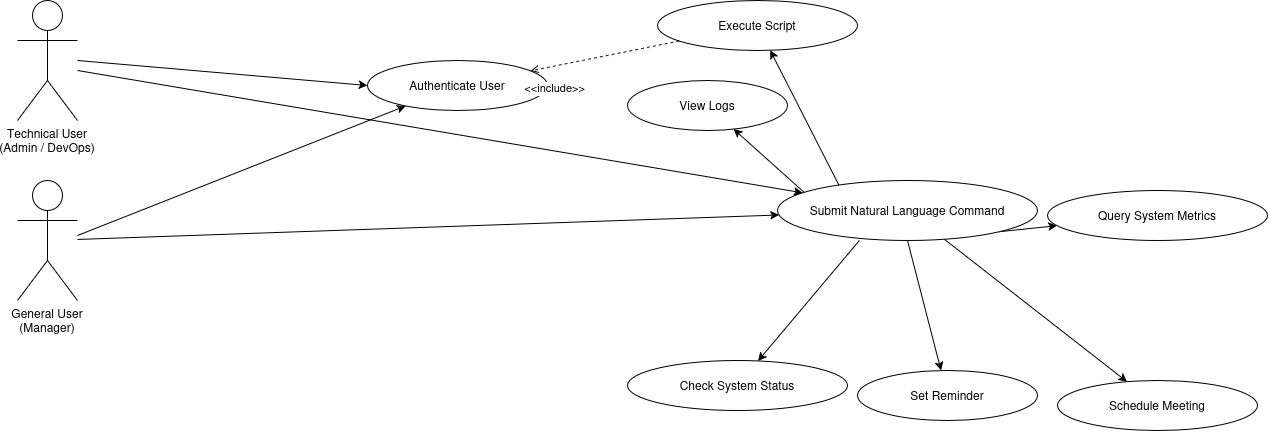
Above: 2_UML/uml_diagram.png in iampruh887/CS331 (draw.io), before the change. Source tidied: cells renumbered, new cells last; positions are measured from the earlier drawing's top-left corner, leaving out a move shared by most shapes. Source of this version:
```xml
<mxGraphModel>
  <root>
    <mxCell id="0" />
    <mxCell id="1" parent="0" />
    <mxCell id="2" value="Technical User&#10;(Admin / DevOps)" style="shape=umlActor;verticalLabelPosition=bottom;verticalAlign=top;" parent="1" vertex="1">
      <mxGeometry width="60" height="120" as="geometry" />
    </mxCell>
    <mxCell id="3" value="General User&#10;(Manager)" style="shape=umlActor;verticalLabelPosition=bottom;verticalAlign=top;" parent="1" vertex="1">
      <mxGeometry y="180" width="60" height="120" as="geometry" />
    </mxCell>
    <mxCell id="4" parent="1" edge="1" source="3" target="15">
      <mxGeometry relative="1" as="geometry" />
    </mxCell>
    <mxCell id="5" parent="1" edge="1" target="14">
      <mxGeometry relative="1" as="geometry">
        <mxPoint x="60" y="235" as="sourcePoint" />
      </mxGeometry>
    </mxCell>
    <mxCell id="6" parent="1" edge="1" target="15">
      <mxGeometry relative="1" as="geometry">
        <mxPoint x="60" y="70" as="sourcePoint" />
      </mxGeometry>
    </mxCell>
    <mxCell id="7" style="entryX=0;entryY=0.5;entryDx=0;entryDy=0;" parent="1" edge="1" target="14">
      <mxGeometry relative="1" as="geometry">
        <mxPoint x="60" y="60" as="sourcePoint" />
      </mxGeometry>
    </mxCell>
    <mxCell id="8" style="exitX=0.335;exitY=0.917;exitDx=0;exitDy=0;exitPerimeter=0;" parent="1" edge="1" source="15" target="16">
      <mxGeometry relative="1" as="geometry" />
    </mxCell>
    <mxCell id="9" style="exitX=1;exitY=1;exitDx=0;exitDy=0;" parent="1" edge="1" source="15" target="17">
      <mxGeometry relative="1" as="geometry" />
    </mxCell>
    <mxCell id="10" style="exitX=0.296;exitY=0.95;exitDx=0;exitDy=0;exitPerimeter=0;" parent="1" edge="1" source="15" target="18">
      <mxGeometry relative="1" as="geometry" />
    </mxCell>
    <mxCell id="11" style="exitX=0.315;exitY=1;exitDx=0;exitDy=0;exitPerimeter=0;" parent="1" edge="1" source="15" target="19">
      <mxGeometry relative="1" as="geometry" />
    </mxCell>
    <mxCell id="12" parent="1" edge="1" source="15" target="20">
      <mxGeometry relative="1" as="geometry" />
    </mxCell>
    <mxCell id="13" style="exitX=0.5;exitY=1;exitDx=0;exitDy=0;" parent="1" edge="1" source="15" target="21">
      <mxGeometry relative="1" as="geometry" />
    </mxCell>
    <mxCell id="14" value="Authenticate User" style="ellipse;whiteSpace=wrap;html=1;" parent="1" vertex="1">
      <mxGeometry x="350" y="60" width="180" height="50" as="geometry" />
    </mxCell>
    <mxCell id="15" value="Submit Natural Language Command" style="ellipse;whiteSpace=wrap;html=1;" parent="1" vertex="1">
      <mxGeometry x="760" y="180" width="260" height="60" as="geometry" />
    </mxCell>
    <mxCell id="16" value="Execute Script" style="ellipse;whiteSpace=wrap;html=1;" parent="1" vertex="1">
      <mxGeometry x="640" width="200" height="50" as="geometry" />
    </mxCell>
    <mxCell id="17" value="Query System Metrics" style="ellipse;whiteSpace=wrap;html=1;" parent="1" vertex="1">
      <mxGeometry x="1030" y="190" width="220" height="50" as="geometry" />
    </mxCell>
    <mxCell id="18" value="View Logs" style="ellipse;whiteSpace=wrap;html=1;" parent="1" vertex="1">
      <mxGeometry x="610" y="80" width="160" height="50" as="geometry" />
    </mxCell>
    <mxCell id="19" value="Check System Status" style="ellipse;whiteSpace=wrap;html=1;" parent="1" vertex="1">
      <mxGeometry x="610" y="360" width="220" height="50" as="geometry" />
    </mxCell>
    <mxCell id="20" value="Schedule Meeting" style="ellipse;whiteSpace=wrap;html=1;" parent="1" vertex="1">
      <mxGeometry x="1040" y="380" width="200" height="50" as="geometry" />
    </mxCell>
    <mxCell id="21" value="Set Reminder" style="ellipse;whiteSpace=wrap;html=1;" parent="1" vertex="1">
      <mxGeometry x="840" y="370" width="180" height="50" as="geometry" />
    </mxCell>
    <mxCell id="22" value="&lt;&lt;include&gt;&gt;" style="dashed=1;endArrow=open;" parent="1" edge="1" source="16" target="14">
      <mxGeometry x="0.71" y="22" relative="1" as="geometry">
        <mxPoint x="-1" as="offset" />
      </mxGeometry>
    </mxCell>
  </root>
</mxGraphModel>
```
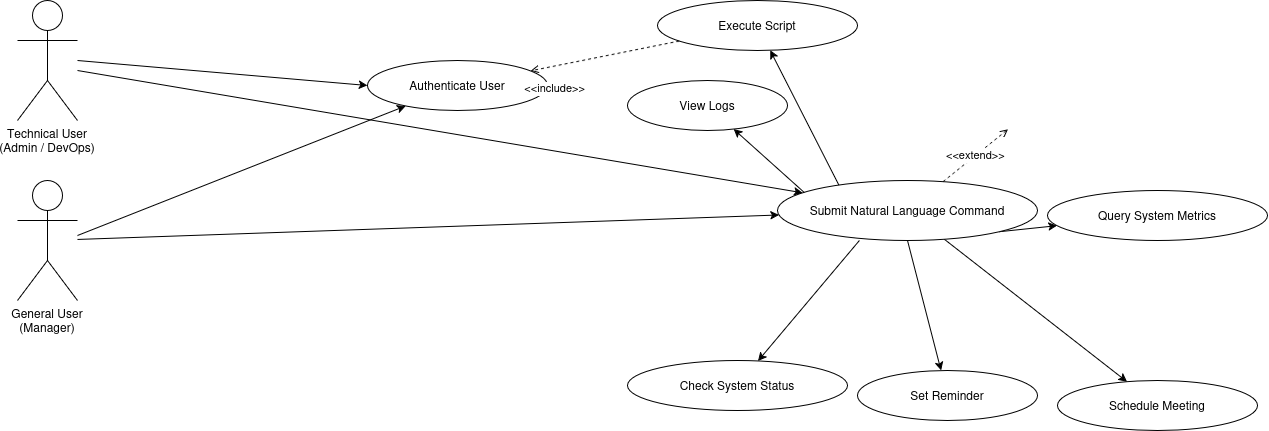
The same file after the commit.

The edit, as a diff of the source:
```diff
@@ -73,5 +73,10 @@
         <mxPoint x="-1" as="offset" />
       </mxGeometry>
     </mxCell>
+    <mxCell id="23" value="&lt;&lt;extend&gt;&gt;" style="dashed=1;endArrow=open;" parent="1" edge="1" source="15">
+      <mxGeometry relative="1" as="geometry">
+        <mxPoint x="990.4" y="128.9" as="targetPoint" />
+      </mxGeometry>
+    </mxCell>
   </root>
 </mxGraphModel>
```
